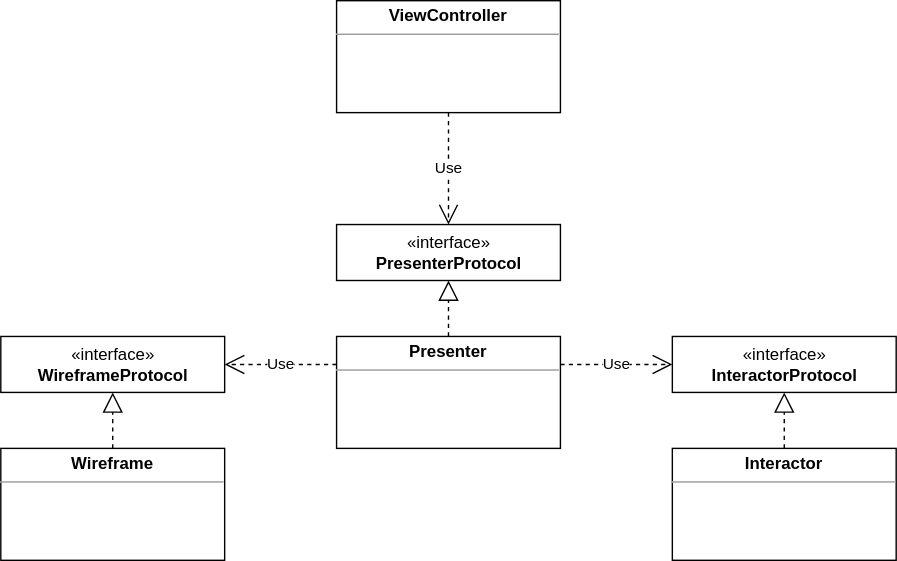
The draw.io diagram myPhotoBrowser/Note/Layout.svg in taitty/SwiftPractice, before a commit. Source tidied: cells renumbered, new cells last; positions are measured from the earlier drawing's top-left corner, leaving out a move shared by most shapes.
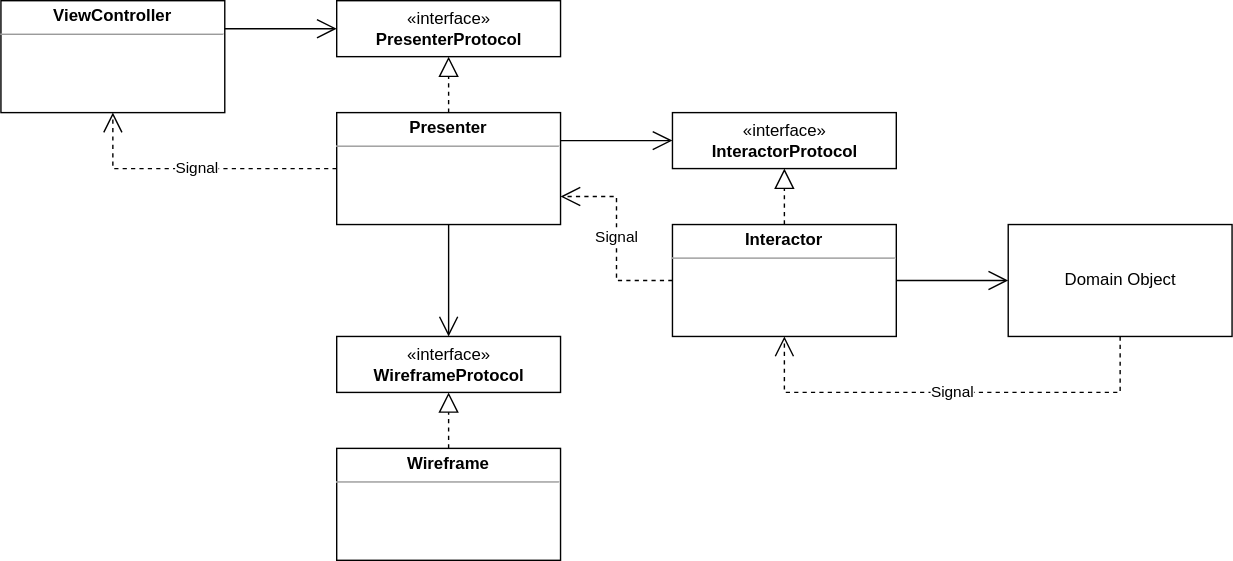
The same diagram one commit later.

What changed in the source:
```diff
@@ -6,7 +6,7 @@
       <mxGeometry x="240" y="160" width="160" height="40" as="geometry" />
     </mxCell>
     <mxCell id="3" value="&lt;p style=&quot;margin: 0px ; margin-top: 4px ; text-align: center&quot;&gt;&lt;b&gt;ViewController&lt;/b&gt;&lt;/p&gt;&lt;hr size=&quot;1&quot;&gt;&lt;div style=&quot;height: 2px&quot;&gt;&lt;/div&gt;" style="verticalAlign=top;align=left;overflow=fill;fontSize=12;fontFamily=Helvetica;html=1;" parent="1" vertex="1">
-      <mxGeometry x="240" width="160" height="80" as="geometry" />
+      <mxGeometry y="160" width="160" height="80" as="geometry" />
     </mxCell>
     <mxCell id="4" value="&lt;p style=&quot;margin: 0px ; margin-top: 4px ; text-align: center&quot;&gt;&lt;b&gt;Presenter&lt;/b&gt;&lt;/p&gt;&lt;hr size=&quot;1&quot;&gt;&lt;div style=&quot;height: 2px&quot;&gt;&lt;/div&gt;" style="verticalAlign=top;align=left;overflow=fill;fontSize=12;fontFamily=Helvetica;html=1;" parent="1" vertex="1">
       <mxGeometry x="240" y="240" width="160" height="80" as="geometry" />
@@ -18,10 +18,10 @@
       <mxGeometry x="480" y="320" width="160" height="80" as="geometry" />
     </mxCell>
     <mxCell id="7" value="«interface»&lt;br&gt;&lt;b&gt;WireframeProtocol&lt;/b&gt;" style="html=1;" parent="1" vertex="1">
-      <mxGeometry y="240" width="160" height="40" as="geometry" />
+      <mxGeometry x="240" y="400" width="160" height="40" as="geometry" />
     </mxCell>
     <mxCell id="8" value="&lt;p style=&quot;margin: 0px ; margin-top: 4px ; text-align: center&quot;&gt;&lt;b&gt;Wireframe&lt;/b&gt;&lt;/p&gt;&lt;hr size=&quot;1&quot;&gt;&lt;div style=&quot;height: 2px&quot;&gt;&lt;/div&gt;" style="verticalAlign=top;align=left;overflow=fill;fontSize=12;fontFamily=Helvetica;html=1;" parent="1" vertex="1">
-      <mxGeometry y="320" width="160" height="80" as="geometry" />
+      <mxGeometry x="240" y="480" width="160" height="80" as="geometry" />
     </mxCell>
     <mxCell id="9" style="endArrow=block;dashed=1;endFill=0;endSize=12;html=1;rounded=0;exitX=0.5;exitY=0;exitDx=0;exitDy=0;entryX=0.5;entryY=1;entryDx=0;entryDy=0;" parent="1" edge="1" source="8" target="7">
       <mxGeometry relative="1" as="geometry" />
@@ -32,14 +32,43 @@
     <mxCell id="11" style="endArrow=block;dashed=1;endFill=0;endSize=12;html=1;rounded=0;exitX=0.5;exitY=0;exitDx=0;exitDy=0;entryX=0.5;entryY=1;entryDx=0;entryDy=0;" parent="1" edge="1" source="6" target="5">
       <mxGeometry relative="1" as="geometry" />
     </mxCell>
-    <mxCell id="12" value="Use" style="endArrow=open;endSize=12;dashed=1;html=1;rounded=0;exitX=0.5;exitY=1;exitDx=0;exitDy=0;entryX=0.5;entryY=0;entryDx=0;entryDy=0;" parent="1" edge="1" source="3" target="2">
+    <mxCell id="12" style="endArrow=open;endFill=1;endSize=12;html=1;rounded=0;exitX=1;exitY=0.25;exitDx=0;exitDy=0;entryX=0;entryY=0.5;entryDx=0;entryDy=0;" parent="1" edge="1" source="3" target="2">
       <mxGeometry relative="1" as="geometry" />
     </mxCell>
-    <mxCell id="13" value="Use" style="endArrow=open;endSize=12;dashed=1;html=1;rounded=0;exitX=0;exitY=0.25;exitDx=0;exitDy=0;entryX=1;entryY=0.5;entryDx=0;entryDy=0;" parent="1" edge="1" source="4" target="7">
+    <mxCell id="13" style="endArrow=open;endFill=1;endSize=12;html=1;rounded=0;exitX=0.5;exitY=1;exitDx=0;exitDy=0;entryX=0.5;entryY=0;entryDx=0;entryDy=0;" parent="1" edge="1" source="4" target="7">
       <mxGeometry relative="1" as="geometry" />
     </mxCell>
-    <mxCell id="14" value="Use" style="endArrow=open;endSize=12;dashed=1;html=1;rounded=0;exitX=1;exitY=0.25;exitDx=0;exitDy=0;entryX=0;entryY=0.5;entryDx=0;entryDy=0;" parent="1" edge="1" source="4" target="5">
+    <mxCell id="14" style="endArrow=open;endFill=1;endSize=12;html=1;rounded=0;exitX=1;exitY=0.25;exitDx=0;exitDy=0;entryX=0;entryY=0.5;entryDx=0;entryDy=0;" parent="1" edge="1" source="4" target="5">
       <mxGeometry relative="1" as="geometry" />
     </mxCell>
+    <mxCell id="15" value="Signal" style="endArrow=open;endSize=12;dashed=1;html=1;rounded=0;entryX=0.5;entryY=1;entryDx=0;entryDy=0;exitX=0;exitY=0.5;exitDx=0;exitDy=0;" parent="1" edge="1" source="4" target="3">
+      <mxGeometry relative="1" as="geometry">
+        <Array as="points">
+          <mxPoint x="80" y="280" />
+        </Array>
+      </mxGeometry>
+    </mxCell>
+    <mxCell id="16" value="Signal" style="endArrow=open;endSize=12;dashed=1;html=1;rounded=0;entryX=1;entryY=0.75;entryDx=0;entryDy=0;exitX=0;exitY=0.5;exitDx=0;exitDy=0;" parent="1" edge="1" source="6" target="4">
+      <mxGeometry relative="1" as="geometry">
+        <Array as="points">
+          <mxPoint x="440" y="360" />
+          <mxPoint x="440" y="300" />
+        </Array>
+      </mxGeometry>
+    </mxCell>
+    <mxCell id="17" style="endArrow=open;endFill=1;endSize=12;html=1;rounded=0;exitX=1;exitY=0.5;exitDx=0;exitDy=0;entryX=0;entryY=0.5;entryDx=0;entryDy=0;" parent="1" edge="1" source="6" target="19">
+      <mxGeometry relative="1" as="geometry" />
+    </mxCell>
+    <mxCell id="18" value="Signal" style="endArrow=open;endSize=12;dashed=1;html=1;rounded=0;entryX=0.5;entryY=1;entryDx=0;entryDy=0;exitX=0.5;exitY=1;exitDx=0;exitDy=0;" parent="1" edge="1" source="19" target="6">
+      <mxGeometry relative="1" as="geometry">
+        <Array as="points">
+          <mxPoint x="800" y="440" />
+          <mxPoint x="560" y="440" />
+        </Array>
+      </mxGeometry>
+    </mxCell>
+    <mxCell id="19" value="Domain Object" style="html=1;" parent="1" vertex="1">
+      <mxGeometry x="720" y="320" width="160" height="80" as="geometry" />
+    </mxCell>
   </root>
 </mxGraphModel>
```
